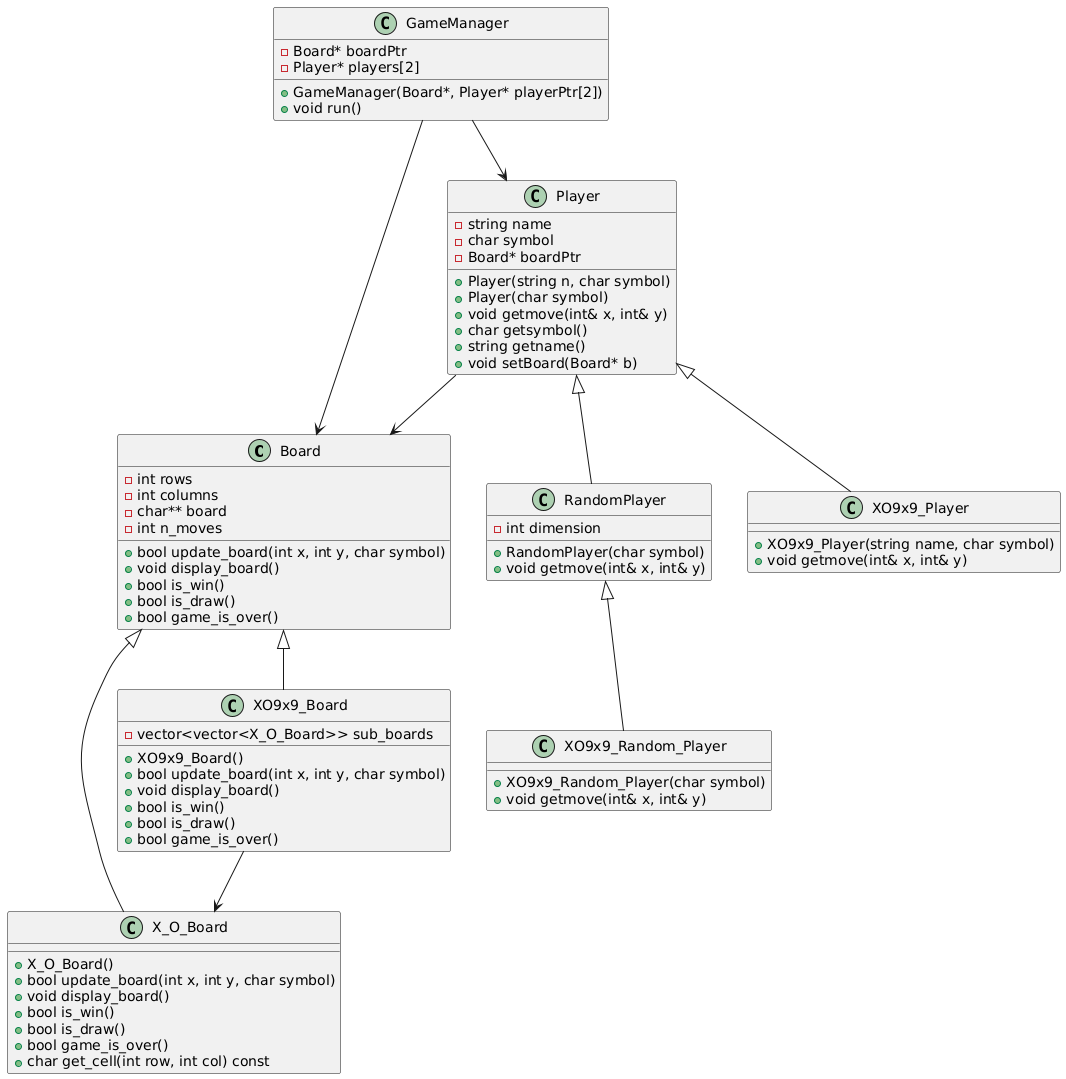
Earlier version of the PlantUML export UML_Game_8.png (A7med-noureldin/tic-tac-toe).
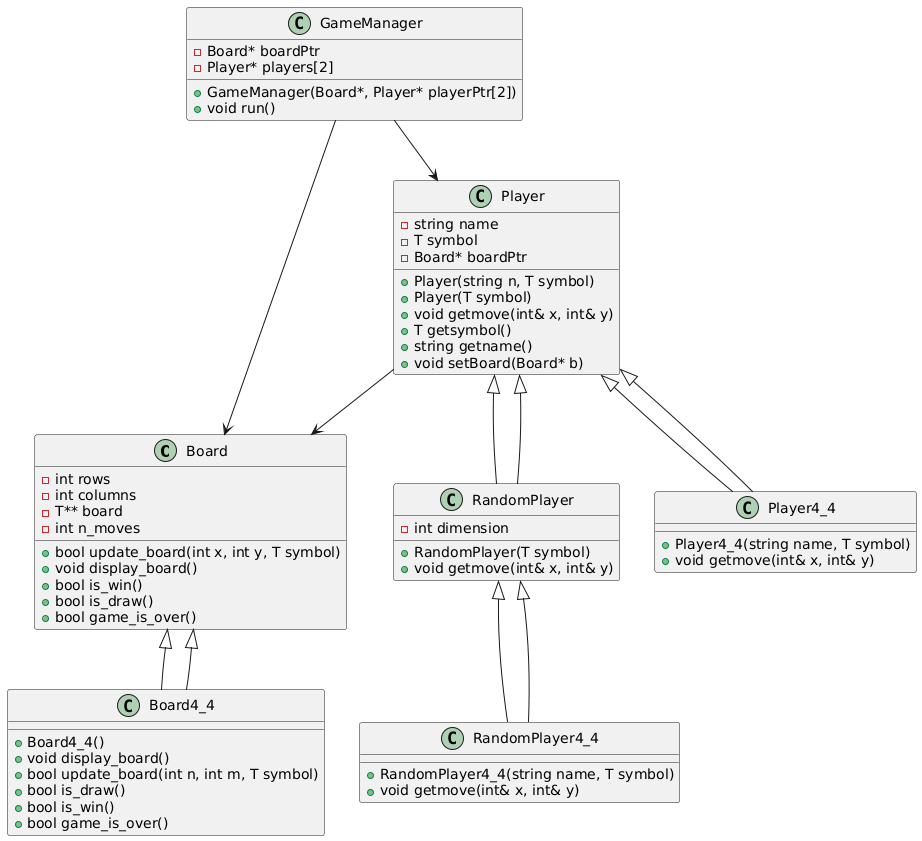
The same diagram one commit later.

Change to the diagram source:
```diff
@@ -2,9 +2,9 @@
 class Board {
     - int rows
     - int columns
-    - char** board
+    - T** board
     - int n_moves
-    + bool update_board(int x, int y, char symbol)
+    + bool update_board(int x, int y, T symbol)
     + void display_board()
     + bool is_win()
     + bool is_draw()
@@ -13,19 +13,19 @@
 
 class Player {
     - string name
-    - char symbol
+    - T symbol
     - Board* boardPtr
-    + Player(string n, char symbol)
-    + Player(char symbol)
+    + Player(string n, T symbol)
+    + Player(T symbol)
     + void getmove(int& x, int& y)
-    + char getsymbol()
+    + T getsymbol()
     + string getname()
     + void setBoard(Board* b)
 }
 
 class RandomPlayer extends Player {
     - int dimension
-    + RandomPlayer(char symbol)
+    + RandomPlayer(T symbol)
     + void getmove(int& x, int& y)
 }
 
@@ -36,43 +36,30 @@
     + void run()
 }
 
-class X_O_Board extends Board {
-    + X_O_Board()
-    + bool update_board(int x, int y, char symbol)
+class Board4_4 extends Board {
+    + Board4_4()
     + void display_board()
+    + bool update_board(int n, int m, T symbol)
+    + bool is_draw()
     + bool is_win()
-    + bool is_draw()
-    + bool game_is_over()
-    + char get_cell(int row, int col) const
-}
-
-class XO9x9_Board extends Board {
-    - vector<vector<X_O_Board>> sub_boards
-    + XO9x9_Board()
-    + bool update_board(int x, int y, char symbol)
-    + void display_board()
-    + bool is_win()
-    + bool is_draw()
     + bool game_is_over()
 }
 
-class XO9x9_Player extends Player {
-    + XO9x9_Player(string name, char symbol)
+class Player4_4 extends Player {
+    + Player4_4(string name, T symbol)
     + void getmove(int& x, int& y)
 }
 
-class XO9x9_Random_Player extends RandomPlayer {
-    + XO9x9_Random_Player(char symbol)
+class RandomPlayer4_4 extends RandomPlayer {
+    + RandomPlayer4_4(string name, T symbol)
     + void getmove(int& x, int& y)
 }
 
-
-
-
-
-
+Board <|-- Board4_4
+Player <|-- Player4_4
+RandomPlayer <|-- RandomPlayer4_4
+Player <|-- RandomPlayer
 GameManager --> Board
 GameManager --> Player
 Player --> Board
-XO9x9_Board --> X_O_Board
 @enduml
```
